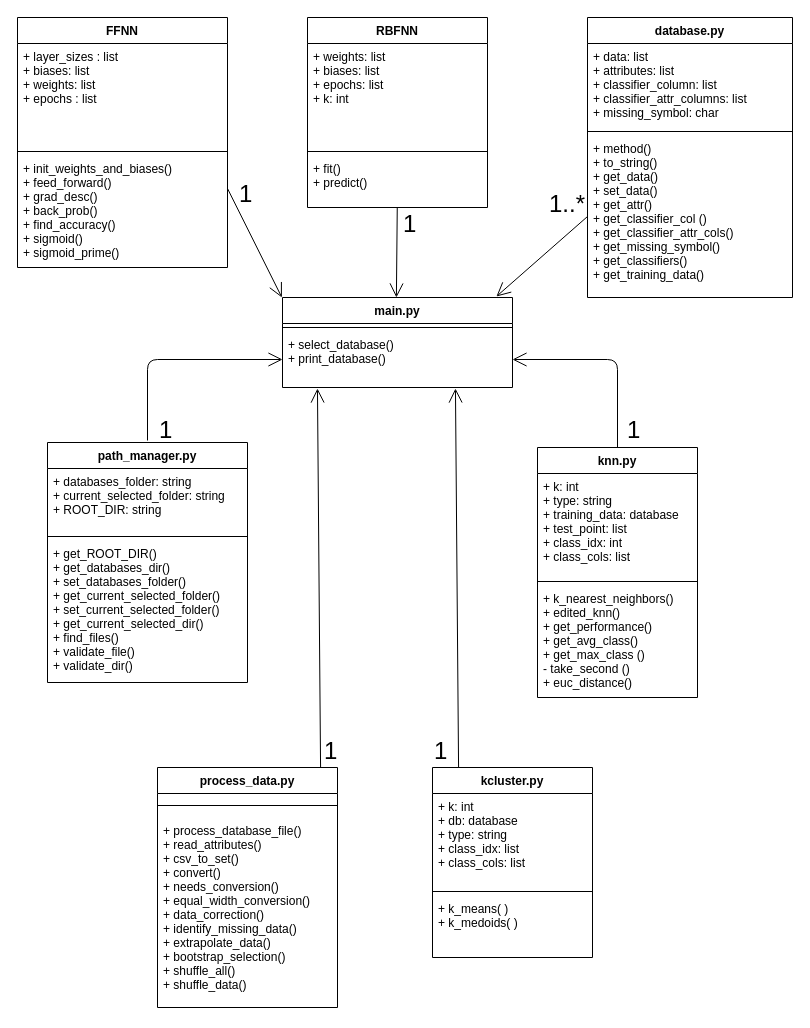
Above: Design Doc/design_doc03.drawio in Geo3ngel/CSCI-447-PROJECT-3 (draw.io), before the change. Source tidied: cells renumbered, new cells numbered last; positions are measured from the earlier drawing's top-left corner, leaving out a move shared by most shapes. Both pictures are drawn from the tidied source at 100%, with x=0, y=0 at pixel (17, 17).
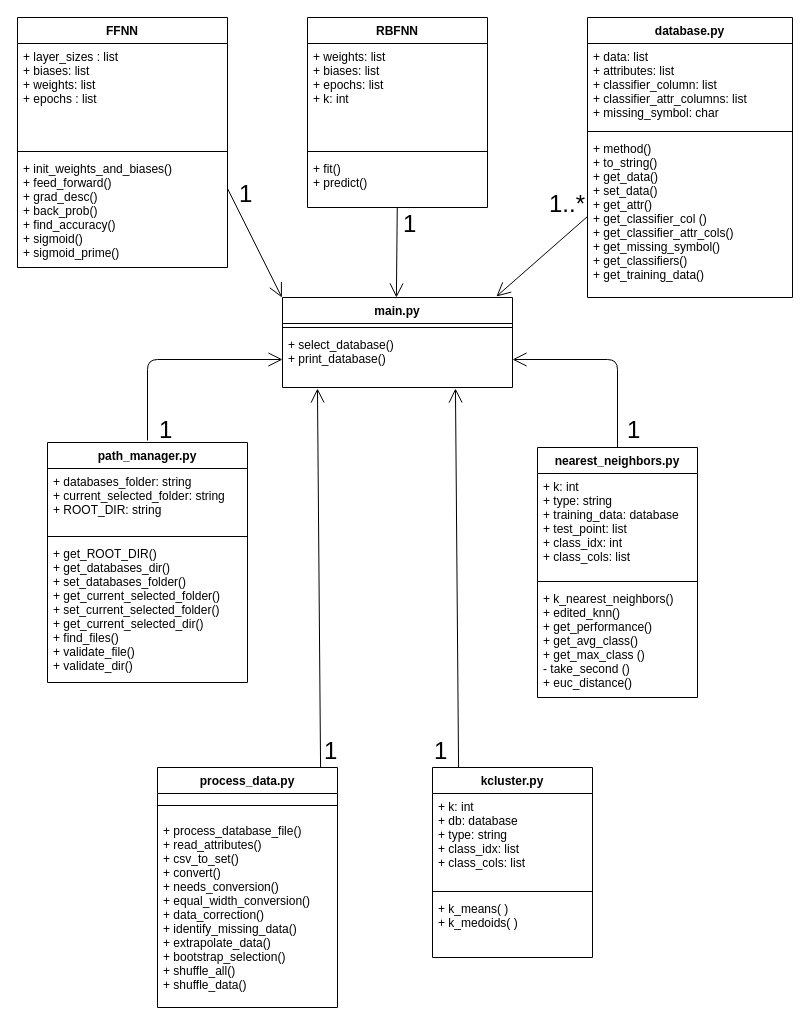
Above is the later version.

What changed in the source:
```diff
@@
-    <mxCell id="24" value="knn.py" style="swimlane;fontStyle=1;align=center;verticalAlign=top;horizontal=1;startSize=26;" parent="1" vertex="1">
+    <mxCell id="24" value="nearest_neighbors.py" style="swimlane;fontStyle=1;align=center;verticalAlign=top;horizontal=1;startSize=26;" parent="1" vertex="1">
       <mxGeometry x="520" y="430" width="160" height="250" as="geometry" />
     </mxCell>
```
